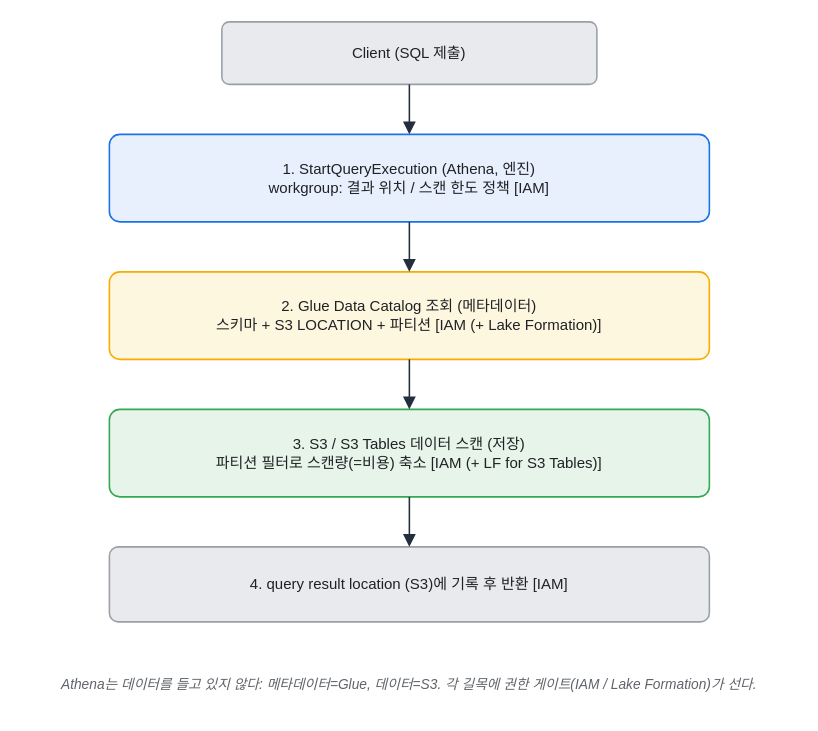
Earlier version of the draw.io diagram assets/img/aws/analytics-stack-09-query-flow-gates.drawio (KKamJi98/kkamji98.github.io). Source tidied: cells renumbered, new cells numbered last; positions are measured from the earlier drawing's top-left corner, leaving out a move shared by most shapes. Both pictures are drawn from the tidied source at 125%, with x=0, y=0 at pixel (21, 21).
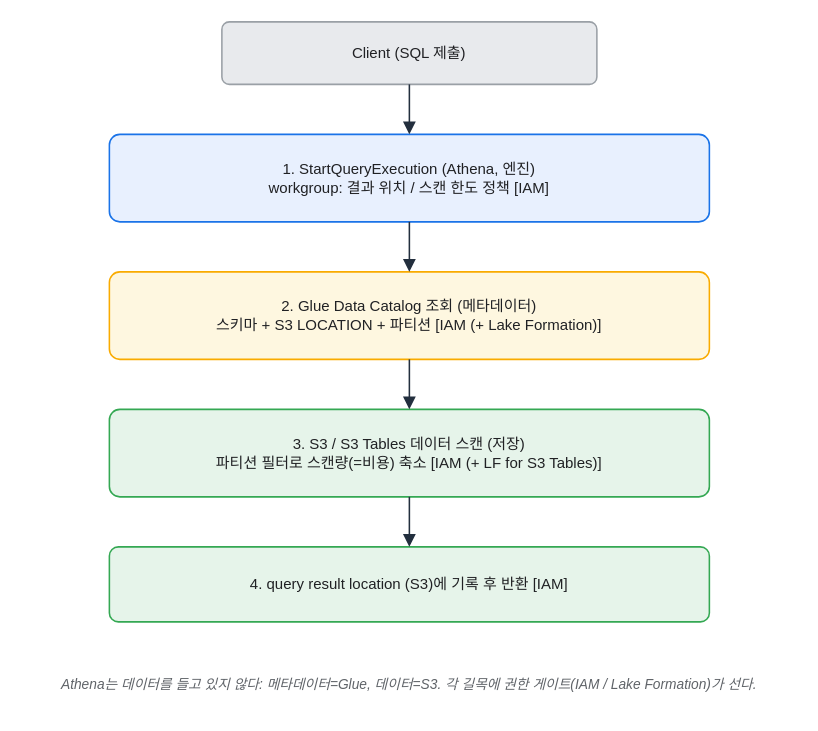
The same page after the edit.

Diff of the diagram source:
```diff
@@
 <mxGraphModel background="#FFFFFF">
   <root>
     <mxCell id="0" />
     <mxCell id="1" parent="0" />
     <mxCell id="2" value="Client (SQL 제출)" style="rounded=1;whiteSpace=wrap;html=0;arcSize=12;shadow=0;fillColor=#E8EAED;strokeColor=#9AA0A6;fontColor=#202124;strokeWidth=1.25;" parent="1" vertex="1">
       <mxGeometry x="160" width="300" height="50" as="geometry" />
     </mxCell>
     <mxCell id="3" value="1. StartQueryExecution (Athena, 엔진)&#10;workgroup: 결과 위치 / 스캔 한도 정책   [IAM]" style="rounded=1;whiteSpace=wrap;html=0;arcSize=12;shadow=0;fillColor=#E8F0FE;strokeColor=#1A73E8;fontColor=#202124;strokeWidth=1.25;" parent="1" vertex="1">
       <mxGeometry x="70" y="90" width="480" height="70" as="geometry" />
     </mxCell>
     <mxCell id="4" value="2. Glue Data Catalog 조회 (메타데이터)&#10;스키마 + S3 LOCATION + 파티션   [IAM (+ Lake Formation)]" style="rounded=1;whiteSpace=wrap;html=0;arcSize=12;shadow=0;fillColor=#FEF7E0;strokeColor=#F9AB00;fontColor=#202124;strokeWidth=1.25;" parent="1" vertex="1">
       <mxGeometry x="70" y="200" width="480" height="70" as="geometry" />
     </mxCell>
     <mxCell id="5" value="3. S3 / S3 Tables 데이터 스캔 (저장)&#10;파티션 필터로 스캔량(=비용) 축소   [IAM (+ LF for S3 Tables)]" style="rounded=1;whiteSpace=wrap;html=0;arcSize=12;shadow=0;fillColor=#E6F4EA;strokeColor=#34A853;fontColor=#202124;strokeWidth=1.25;" parent="1" vertex="1">
       <mxGeometry x="70" y="310" width="480" height="70" as="geometry" />
     </mxCell>
-    <mxCell id="6" value="4. query result location (S3)에 기록 후 반환   [IAM]" style="rounded=1;whiteSpace=wrap;html=0;arcSize=12;shadow=0;fillColor=#E8EAED;strokeColor=#9AA0A6;fontColor=#202124;strokeWidth=1.25;" parent="1" vertex="1">
+    <mxCell id="6" value="4. query result location (S3)에 기록 후 반환   [IAM]" style="rounded=1;whiteSpace=wrap;html=0;arcSize=12;shadow=0;fillColor=#E6F4EA;strokeColor=#34A853;fontColor=#202124;strokeWidth=1.25;" parent="1" vertex="1">
       <mxGeometry x="70" y="420" width="480" height="60" as="geometry" />
     </mxCell>
     <mxCell id="7" style="edgeStyle=orthogonalEdgeStyle;rounded=1;html=0;endArrow=block;strokeColor=#232F3E;strokeWidth=1.25;endSize=7;fontColor=#202124;" parent="1" edge="1" source="2" target="3">
       <mxGeometry relative="1" as="geometry" />
     </mxCell>
     <mxCell id="8" style="edgeStyle=orthogonalEdgeStyle;rounded=1;html=0;endArrow=block;strokeColor=#232F3E;strokeWidth=1.25;endSize=7;fontColor=#202124;" parent="1" edge="1" source="3" target="4">
       <mxGeometry relative="1" as="geometry" />
     </mxCell>
     <mxCell id="9" style="edgeStyle=orthogonalEdgeStyle;rounded=1;html=0;endArrow=block;strokeColor=#232F3E;strokeWidth=1.25;endSize=7;fontColor=#202124;" parent="1" edge="1" source="4" target="5">
       <mxGeometry relative="1" as="geometry" />
     </mxCell>
     <mxCell id="10" style="edgeStyle=orthogonalEdgeStyle;rounded=1;html=0;endArrow=block;strokeColor=#232F3E;strokeWidth=1.25;endSize=7;fontColor=#202124;" parent="1" edge="1" source="5" target="6">
       <mxGeometry relative="1" as="geometry" />
     </mxCell>
     <mxCell id="11" value="Athena는 데이터를 들고 있지 않다: 메타데이터=Glue, 데이터=S3. 각 길목에 권한 게이트(IAM / Lake Formation)가 선다." style="text;html=0;align=center;verticalAlign=middle;whiteSpace=wrap;fontSize=11;fontColor=#5F6368;fontStyle=2;" parent="1" vertex="1">
       <mxGeometry y="510" width="620" height="40" as="geometry" />
     </mxCell>
   </root>
 </mxGraphModel>
```
